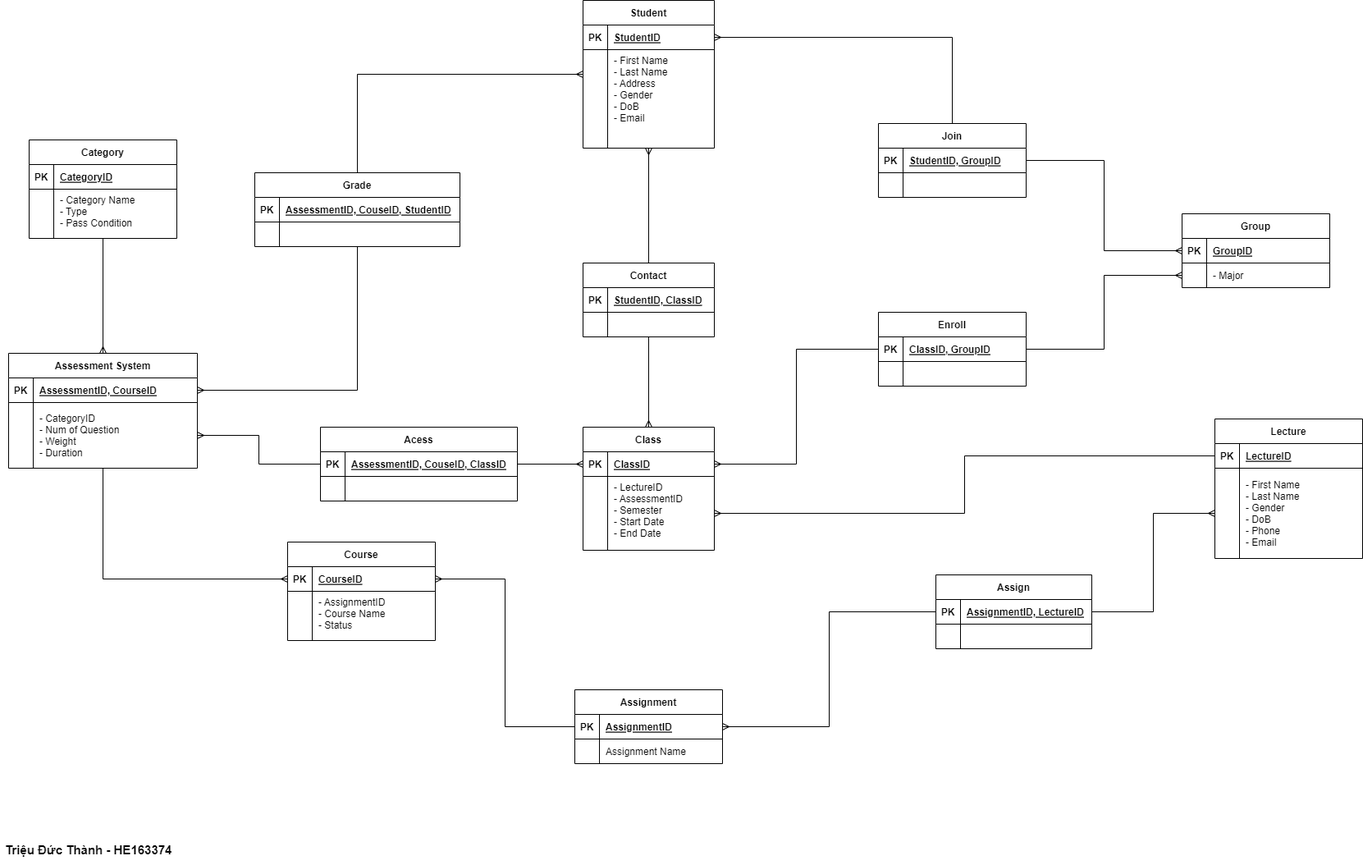
This is ERD_Assignment_DBI.drawio.png from thajnh30cm/DBI202_ASG, a draw.io export, as it was before one commit. Source tidied: cells renumbered, new cells last; positions are measured from the earlier drawing's top-left corner, leaving out a move shared by most shapes.
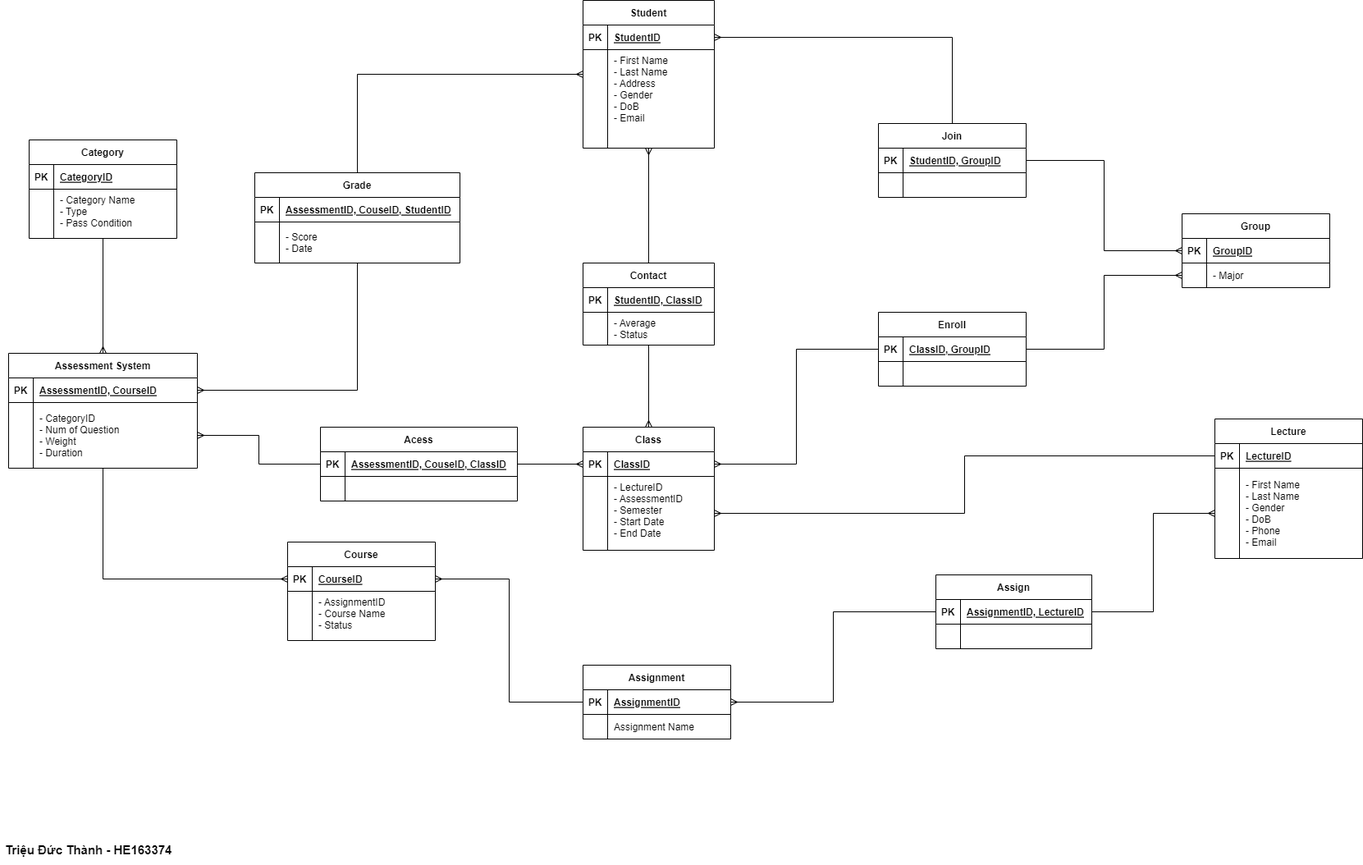
Later version of the same file.

Change to the diagram source:
```diff
@@ -6,7 +6,7 @@
       <mxGeometry relative="1" as="geometry" />
     </mxCell>
     <mxCell id="3" value="Contact" style="shape=table;startSize=30;rowLines=0;fontStyle=1;align=center;" parent="1" vertex="1">
-      <mxGeometry x="710" y="320" width="160" height="90" as="geometry" />
+      <mxGeometry x="710" y="320" width="160" height="100" as="geometry" />
     </mxCell>
     <mxCell id="4" style="shape=partialRectangle;fillColor=none;top=0;left=0;right=0;bottom=1;" parent="3" vertex="1">
       <mxGeometry y="30" width="160" height="30" as="geometry" />
@@ -18,13 +18,13 @@
       <mxGeometry x="30" width="130" height="30" as="geometry" />
     </mxCell>
     <mxCell id="7" style="shape=partialRectangle;fillColor=none;top=0;left=0;right=0;bottom=0;" parent="3" vertex="1">
-      <mxGeometry y="60" width="160" height="30" as="geometry" />
+      <mxGeometry y="60" width="160" height="40" as="geometry" />
     </mxCell>
     <mxCell id="8" style="shape=partialRectangle;overflow=hidden;fillColor=none;top=0;left=0;bottom=0;right=0;" parent="7" vertex="1">
-      <mxGeometry width="30" height="30" as="geometry" />
+      <mxGeometry width="30" height="40" as="geometry" />
     </mxCell>
-    <mxCell id="9" style="shape=partialRectangle;overflow=hidden;fillColor=none;top=0;left=0;bottom=0;right=0;align=left;spacingLeft=6;" parent="7" vertex="1">
-      <mxGeometry x="30" width="130" height="30" as="geometry" />
+    <mxCell id="9" value="- Average&#10;- Status" style="shape=partialRectangle;overflow=hidden;fillColor=none;top=0;left=0;bottom=0;right=0;align=left;spacingLeft=6;" parent="7" vertex="1">
+      <mxGeometry x="30" width="130" height="40" as="geometry" />
     </mxCell>
     <mxCell id="10" value="Class" style="shape=table;startSize=30;rowLines=0;fontStyle=1;align=center;" parent="1" vertex="1">
       <mxGeometry x="710" y="520" width="160" height="150" as="geometry" />
@@ -183,7 +183,7 @@
       <mxGeometry x="30" width="160" height="30" as="geometry" />
     </mxCell>
     <mxCell id="62" value="Assignment" style="shape=table;startSize=30;rowLines=0;fontStyle=1;align=center;" parent="1" vertex="1">
-      <mxGeometry x="700" y="840" width="180" height="90" as="geometry" />
+      <mxGeometry x="710" y="810" width="180" height="90" as="geometry" />
     </mxCell>
     <mxCell id="63" style="shape=tableRow;horizontal=0;startSize=0;swimlaneHead=0;swimlaneBody=0;fillColor=none;points=[[0,0.5],[1,0.5]];portConstraint=eastwest;top=0;left=0;right=0;bottom=1;" parent="62" vertex="1">
       <mxGeometry y="30" width="180" height="30" as="geometry" />
@@ -321,7 +321,7 @@
       <mxGeometry relative="1" as="geometry" />
     </mxCell>
     <mxCell id="108" value="Grade" style="shape=table;startSize=30;rowLines=0;fontStyle=1;align=center;" parent="1" vertex="1">
-      <mxGeometry x="310" y="210" width="250" height="90" as="geometry" />
+      <mxGeometry x="310" y="210" width="250" height="110" as="geometry" />
     </mxCell>
     <mxCell id="109" style="shape=tableRow;horizontal=0;startSize=0;swimlaneHead=0;swimlaneBody=0;fillColor=none;top=0;left=0;right=0;bottom=1;" parent="108" vertex="1">
       <mxGeometry y="30" width="250" height="30" as="geometry" />
@@ -333,13 +333,13 @@
       <mxGeometry x="30" width="220" height="30" as="geometry" />
     </mxCell>
     <mxCell id="112" style="shape=tableRow;horizontal=0;startSize=0;swimlaneHead=0;swimlaneBody=0;fillColor=none;top=0;left=0;right=0;bottom=0;" parent="108" vertex="1">
-      <mxGeometry y="60" width="250" height="30" as="geometry" />
+      <mxGeometry y="60" width="250" height="50" as="geometry" />
     </mxCell>
     <mxCell id="113" style="shape=partialRectangle;fillColor=none;top=0;left=0;bottom=0;right=0;overflow=hidden;" parent="112" vertex="1">
-      <mxGeometry width="30" height="30" as="geometry" />
+      <mxGeometry width="30" height="50" as="geometry" />
     </mxCell>
-    <mxCell id="114" style="shape=partialRectangle;fillColor=none;top=0;left=0;bottom=0;right=0;align=left;spacingLeft=6;overflow=hidden;" parent="112" vertex="1">
-      <mxGeometry x="30" width="220" height="30" as="geometry" />
+    <mxCell id="114" value="- Score&#10;- Date" style="shape=partialRectangle;fillColor=none;top=0;left=0;bottom=0;right=0;align=left;spacingLeft=6;overflow=hidden;" parent="112" vertex="1">
+      <mxGeometry x="30" width="220" height="50" as="geometry" />
     </mxCell>
     <mxCell id="115" style="edgeStyle=orthogonalEdgeStyle;rounded=0;jettySize=auto;html=1;endArrow=none;endFill=0;startArrow=ERmany;startFill=0;" parent="1" edge="1" source="81" target="85">
       <mxGeometry relative="1" as="geometry" />
```
